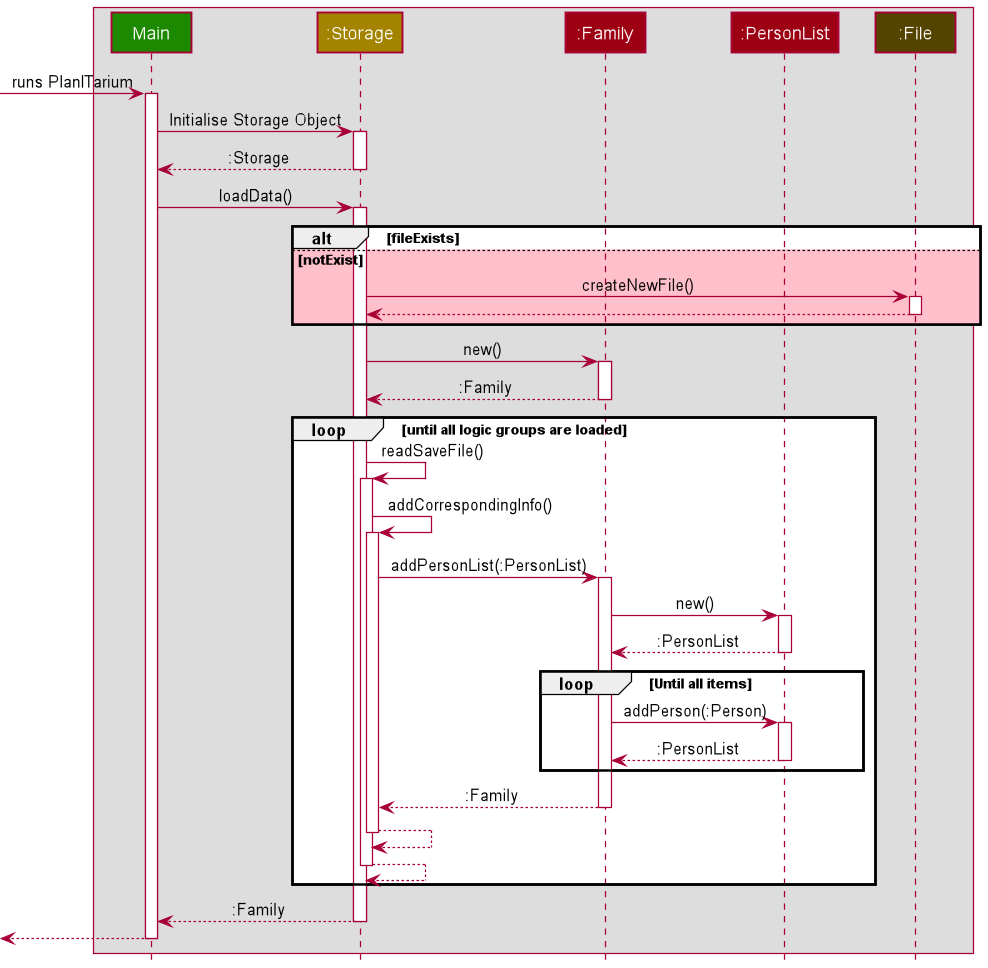
This is docs/images/StorageLoadSequence.png from nus-cs2113-AY2122S2/tp, a PlantUML export, as it was before one commit. Its source is kept beside it as docs/diagrams/StorageLoadSequence.puml.
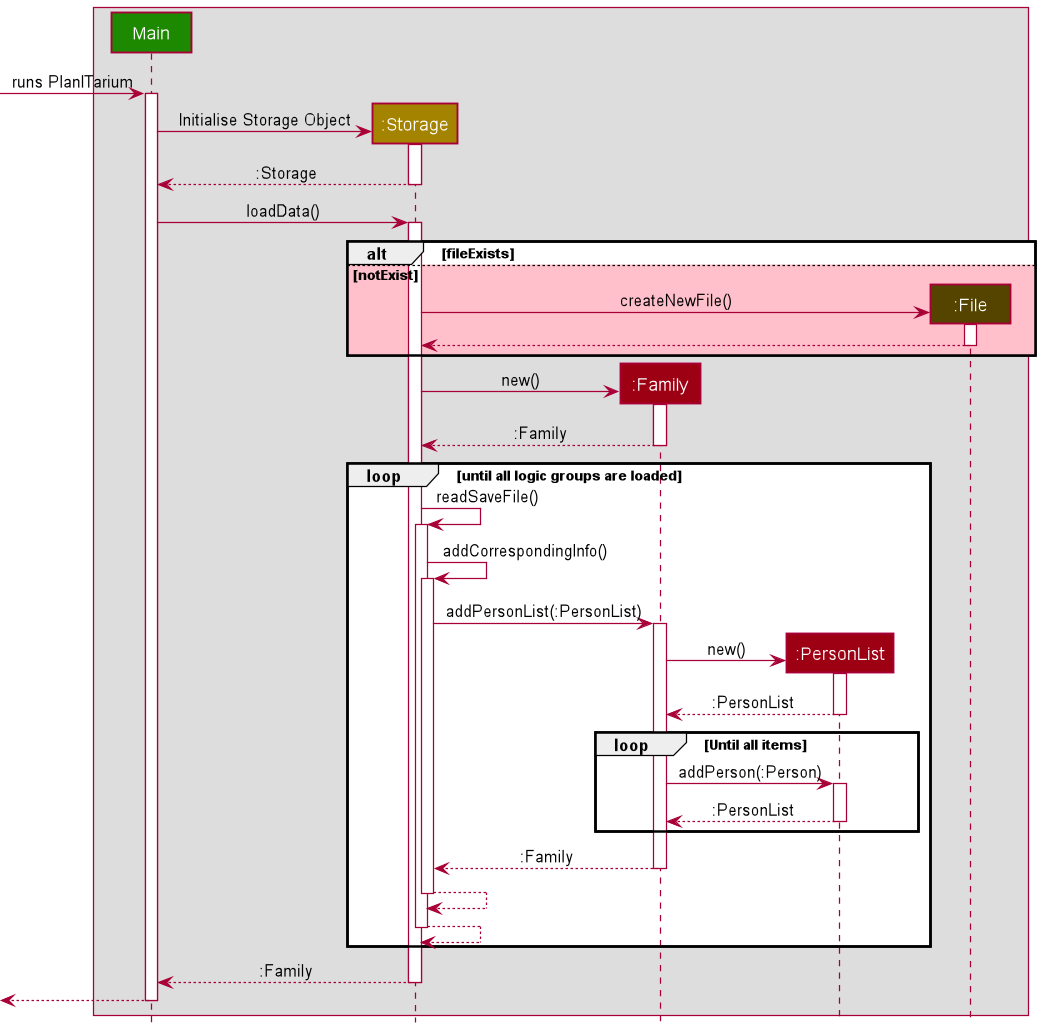
Later version of the same file.

What changed in the source:
```diff
@@ -10,8 +10,10 @@
 end box
 
 
+
 -> Main: runs PlanITarium
 activate Main
+create Storage
 Main -> Storage: Initialise Storage Object
 activate Storage
 Storage --> Main: :Storage
@@ -20,11 +22,13 @@
 activate Storage
 alt fileExists
 else #pink notExist
+    create File
     Storage -> File : createNewFile()
     activate File
     File --> Storage
     deactivate File
 end
+create Family
 Storage -> Family: new()
 activate Family
 Family --> Storage : :Family
@@ -36,6 +40,7 @@
     activate Storage
     Storage -> Family : addPersonList(:PersonList)
     activate Family
+    create PersonList
     Family -> PersonList: new()
     activate PersonList
     PersonList --> Family: :PersonList
```
